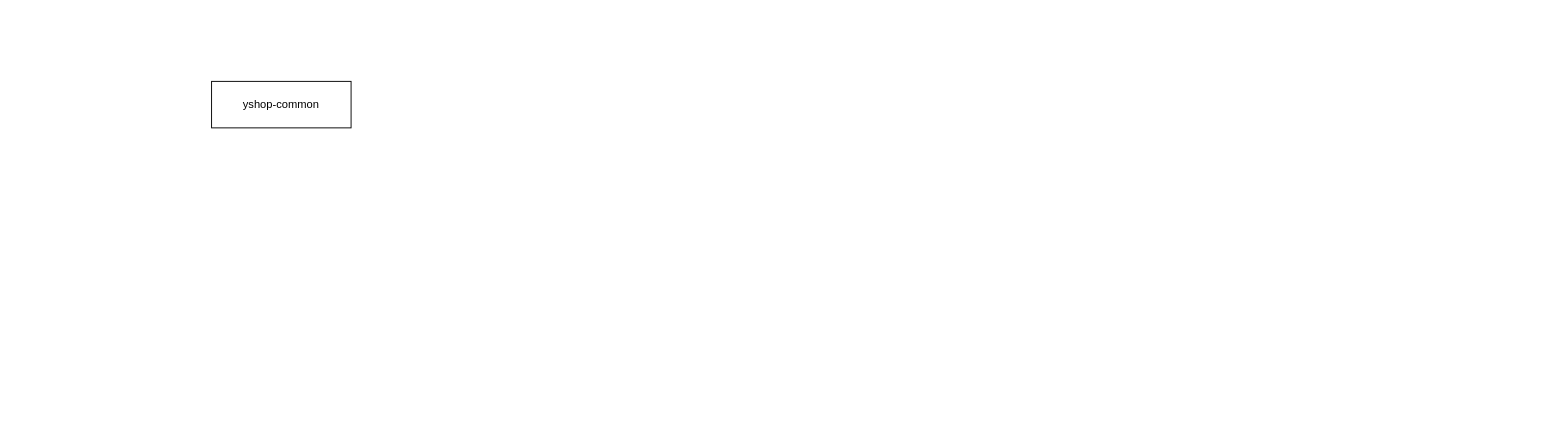
Above: Yshop架构图.drawio in loverfang/mydiagrams (draw.io), before the change. Source tidied: cells renumbered, new cells numbered last; positions are measured from the earlier drawing's top-left corner, leaving out a move shared by most shapes. Both pictures are drawn from the tidied source at 93%, with x=0, y=0 at pixel (211, 81).
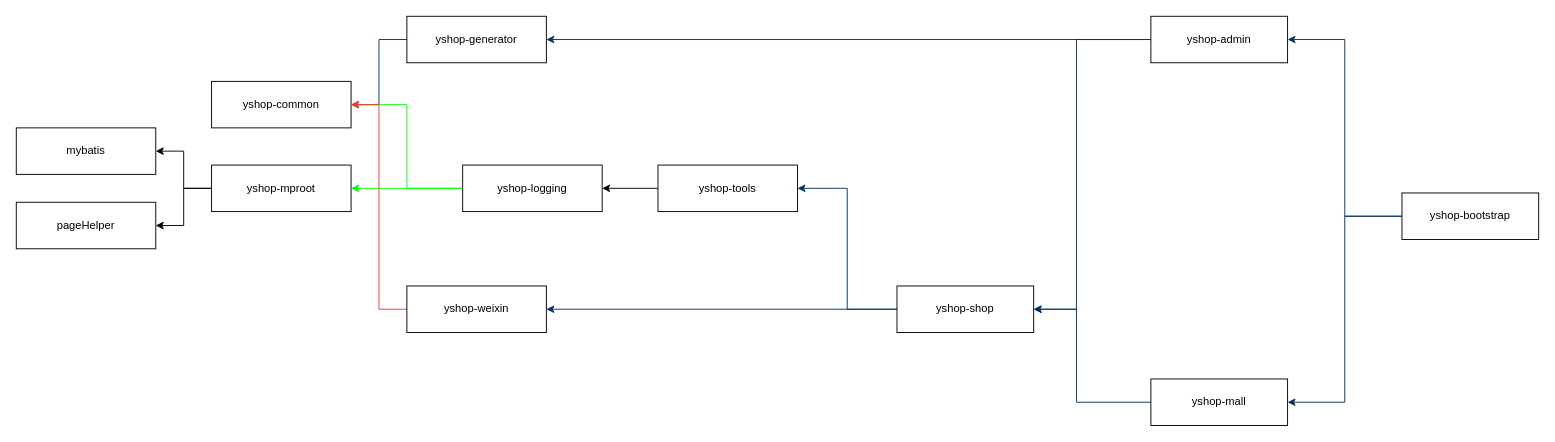
After the change.

Diff of the diagram source:
```diff
@@
-    <mxCell id="2" value="yshop-common" style="rounded=0;whiteSpace=wrap;html=1;" parent="1" vertex="1">
+    <mxCell id="2" value="yshop-common" style="rounded=0;whiteSpace=wrap;html=1;fillColor=none;" parent="1" vertex="1">
       <mxGeometry width="150" height="50" as="geometry" />
     </mxCell>
+    <mxCell id="3" style="edgeStyle=orthogonalEdgeStyle;rounded=0;jettySize=auto;html=1;exitX=0;exitY=0.5;exitDx=0;exitDy=0;entryX=1;entryY=0.5;entryDx=0;entryDy=0;strokeColor=#003366;" parent="1" edge="1" source="4" target="2">
+      <mxGeometry relative="1" as="geometry" />
+    </mxCell>
+    <mxCell id="4" value="yshop-generator" style="rounded=0;whiteSpace=wrap;html=1;fillColor=none;" parent="1" vertex="1">
+      <mxGeometry x="210" y="-70" width="150" height="50" as="geometry" />
+    </mxCell>
+    <mxCell id="5" style="edgeStyle=orthogonalEdgeStyle;rounded=0;jettySize=auto;html=1;exitX=0;exitY=0.5;exitDx=0;exitDy=0;entryX=1;entryY=0.5;entryDx=0;entryDy=0;" parent="1" edge="1" source="7" target="9">
+      <mxGeometry relative="1" as="geometry" />
+    </mxCell>
+    <mxCell id="6" style="edgeStyle=orthogonalEdgeStyle;rounded=0;jettySize=auto;html=1;exitX=0;exitY=0.5;exitDx=0;exitDy=0;entryX=1;entryY=0.5;entryDx=0;entryDy=0;" parent="1" edge="1" source="7" target="8">
+      <mxGeometry relative="1" as="geometry" />
+    </mxCell>
+    <mxCell id="7" value="yshop-mproot" style="rounded=0;whiteSpace=wrap;html=1;fillColor=none;" parent="1" vertex="1">
+      <mxGeometry y="90" width="150" height="50" as="geometry" />
+    </mxCell>
+    <mxCell id="8" value="pageHelper" style="rounded=0;whiteSpace=wrap;html=1;fillColor=none;" parent="1" vertex="1">
+      <mxGeometry x="-210" y="130" width="150" height="50" as="geometry" />
+    </mxCell>
+    <mxCell id="9" value="mybatis" style="rounded=0;whiteSpace=wrap;html=1;fillColor=none;" parent="1" vertex="1">
+      <mxGeometry x="-210" y="50" width="150" height="50" as="geometry" />
+    </mxCell>
+    <mxCell id="10" style="edgeStyle=orthogonalEdgeStyle;rounded=0;jettySize=auto;html=1;exitX=0;exitY=0.5;exitDx=0;exitDy=0;entryX=1;entryY=0.5;entryDx=0;entryDy=0;strokeColor=#00FF00;" parent="1" edge="1" source="12" target="7">
+      <mxGeometry relative="1" as="geometry" />
+    </mxCell>
+    <mxCell id="11" style="edgeStyle=orthogonalEdgeStyle;rounded=0;jettySize=auto;html=1;exitX=0;exitY=0.5;exitDx=0;exitDy=0;entryX=1;entryY=0.5;entryDx=0;entryDy=0;strokeColor=#00FF00;" parent="1" edge="1" source="12" target="2">
+      <mxGeometry relative="1" as="geometry" />
+    </mxCell>
+    <mxCell id="12" value="yshop-logging" style="rounded=0;whiteSpace=wrap;html=1;fillColor=none;" parent="1" vertex="1">
+      <mxGeometry x="270" y="90" width="150" height="50" as="geometry" />
+    </mxCell>
+    <mxCell id="13" style="edgeStyle=orthogonalEdgeStyle;rounded=0;jettySize=auto;html=1;exitX=0;exitY=0.5;exitDx=0;exitDy=0;entryX=1;entryY=0.5;entryDx=0;entryDy=0;" parent="1" edge="1" source="14" target="12">
+      <mxGeometry relative="1" as="geometry" />
+    </mxCell>
+    <mxCell id="14" value="yshop-tools" style="rounded=0;whiteSpace=wrap;html=1;fillColor=none;" parent="1" vertex="1">
+      <mxGeometry x="480" y="90" width="150" height="50" as="geometry" />
+    </mxCell>
+    <mxCell id="15" style="edgeStyle=orthogonalEdgeStyle;rounded=0;jettySize=auto;html=1;exitX=0;exitY=0.5;exitDx=0;exitDy=0;entryX=1;entryY=0.5;entryDx=0;entryDy=0;strokeColor=#FF3333;" parent="1" edge="1" source="16" target="2">
+      <mxGeometry relative="1" as="geometry" />
+    </mxCell>
+    <mxCell id="16" value="yshop-weixin" style="rounded=0;whiteSpace=wrap;html=1;fillColor=none;" parent="1" vertex="1">
+      <mxGeometry x="210" y="220" width="150" height="50" as="geometry" />
+    </mxCell>
+    <mxCell id="17" style="edgeStyle=orthogonalEdgeStyle;rounded=0;jettySize=auto;html=1;exitX=0;exitY=0.5;exitDx=0;exitDy=0;entryX=1;entryY=0.5;entryDx=0;entryDy=0;strokeColor=#003366;" parent="1" edge="1" source="19" target="14">
+      <mxGeometry relative="1" as="geometry" />
+    </mxCell>
+    <mxCell id="18" style="edgeStyle=orthogonalEdgeStyle;rounded=0;jettySize=auto;html=1;exitX=0;exitY=0.5;exitDx=0;exitDy=0;entryX=1;entryY=0.5;entryDx=0;entryDy=0;strokeColor=#003366;" parent="1" edge="1" source="19" target="16">
+      <mxGeometry relative="1" as="geometry" />
+    </mxCell>
+    <mxCell id="19" value="yshop-shop" style="rounded=0;whiteSpace=wrap;html=1;fillColor=none;" parent="1" vertex="1">
+      <mxGeometry x="737" y="220" width="147" height="50" as="geometry" />
+    </mxCell>
+    <mxCell id="20" style="edgeStyle=orthogonalEdgeStyle;rounded=0;jettySize=auto;html=1;exitX=0;exitY=0.5;exitDx=0;exitDy=0;entryX=1;entryY=0.5;entryDx=0;entryDy=0;strokeColor=#003366;" parent="1" edge="1" source="22" target="4">
+      <mxGeometry relative="1" as="geometry">
+        <Array as="points">
+          <mxPoint x="950" y="-45" />
+          <mxPoint x="950" y="-45" />
+        </Array>
+      </mxGeometry>
+    </mxCell>
+    <mxCell id="21" style="edgeStyle=orthogonalEdgeStyle;rounded=0;jettySize=auto;html=1;exitX=0;exitY=0.5;exitDx=0;exitDy=0;entryX=1;entryY=0.5;entryDx=0;entryDy=0;strokeColor=#003366;" parent="1" edge="1" source="22" target="19">
+      <mxGeometry relative="1" as="geometry">
+        <Array as="points">
+          <mxPoint x="930" y="-45" />
+          <mxPoint x="930" y="245" />
+        </Array>
+      </mxGeometry>
+    </mxCell>
+    <mxCell id="22" value="yshop-admin" style="rounded=0;whiteSpace=wrap;html=1;fillColor=none;" parent="1" vertex="1">
+      <mxGeometry x="1010" y="-70" width="147" height="50" as="geometry" />
+    </mxCell>
+    <mxCell id="23" style="edgeStyle=orthogonalEdgeStyle;rounded=0;jettySize=auto;html=1;exitX=0;exitY=0.5;exitDx=0;exitDy=0;entryX=1;entryY=0.5;entryDx=0;entryDy=0;strokeColor=#003366;" parent="1" edge="1" source="24" target="19">
+      <mxGeometry relative="1" as="geometry">
+        <Array as="points">
+          <mxPoint x="930" y="345" />
+          <mxPoint x="930" y="245" />
+        </Array>
+      </mxGeometry>
+    </mxCell>
+    <mxCell id="24" value="yshop-mall" style="rounded=0;whiteSpace=wrap;html=1;fillColor=none;" parent="1" vertex="1">
+      <mxGeometry x="1010" y="320" width="147" height="50" as="geometry" />
+    </mxCell>
+    <mxCell id="25" style="edgeStyle=orthogonalEdgeStyle;rounded=0;jettySize=auto;html=1;exitX=0;exitY=0.5;exitDx=0;exitDy=0;entryX=1;entryY=0.5;entryDx=0;entryDy=0;strokeColor=#003366;" parent="1" edge="1" source="27" target="22">
+      <mxGeometry relative="1" as="geometry" />
+    </mxCell>
+    <mxCell id="26" style="edgeStyle=orthogonalEdgeStyle;rounded=0;jettySize=auto;html=1;exitX=0;exitY=0.5;exitDx=0;exitDy=0;entryX=1;entryY=0.5;entryDx=0;entryDy=0;strokeColor=#003366;" parent="1" edge="1" source="27" target="24">
+      <mxGeometry relative="1" as="geometry" />
+    </mxCell>
+    <mxCell id="27" value="yshop-bootstrap" style="rounded=0;whiteSpace=wrap;html=1;fillColor=none;" parent="1" vertex="1">
+      <mxGeometry x="1280" y="120" width="147" height="50" as="geometry" />
+    </mxCell>
```
